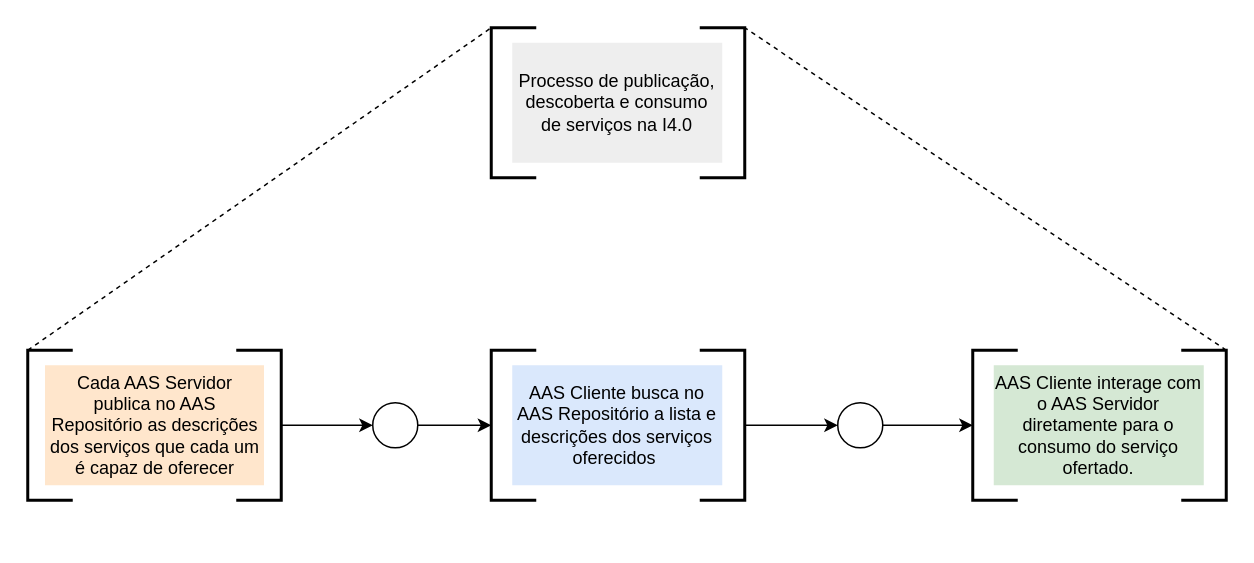
Before: page "pfs-ws" (5 of 16) of imagens/diagramas/diagramas.drawio in hvitoi/i4.0-PLM, a draw.io diagram. Source tidied: cells renumbered, new cells numbered last; positions are measured from the earlier drawing's top-left corner, leaving out a move shared by most shapes. Both pictures are drawn from the tidied source at 150%, with x=0, y=0 at pixel (27, 27).
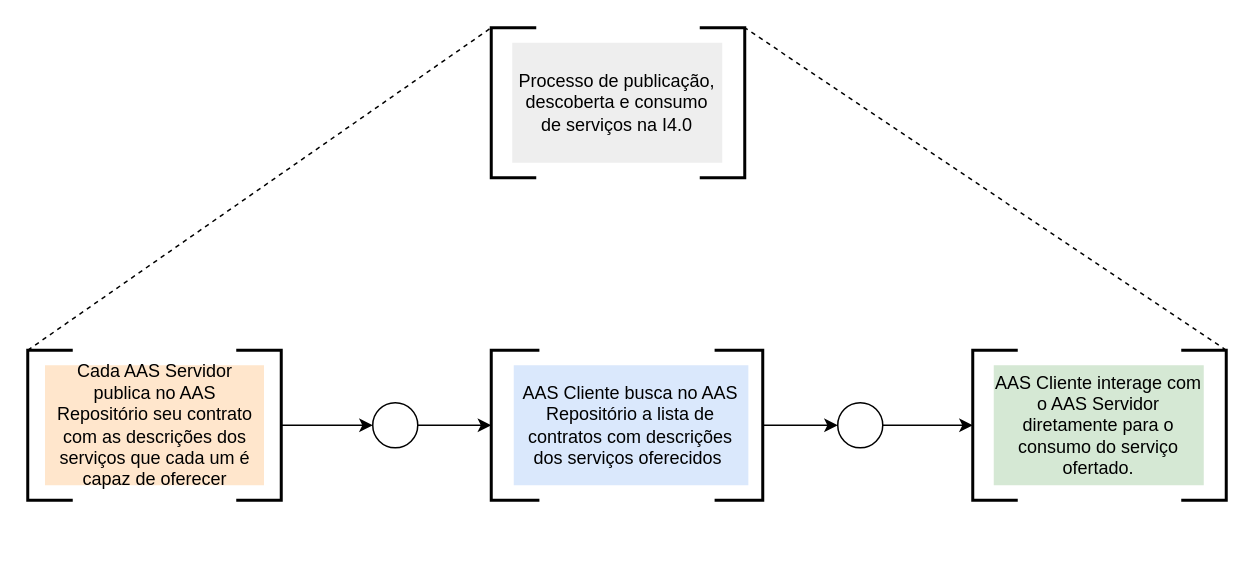
After the change.

The change refers to these unchanged cells:
```xml
<mxCell id="7" style="group;" parent="6" vertex="1">
  <mxGeometry x="-40" y="-25" width="169" height="100" as="geometry" />
</mxCell>
```

Change to the diagram source:
```diff
@@
-    <mxCell id="9" value="Cada AAS Servidor publica no AAS Repositório as descrições dos serviços que cada um é capaz de oferecer" style="rounded=0;whiteSpace=wrap;html=1;fillColor=#ffe6cc;strokeColor=none;" parent="7" vertex="1">
+    <mxCell id="9" value="Cada AAS Servidor publica no AAS Repositório seu contrato com as descrições dos serviços que cada um é capaz de oferecer" style="rounded=0;whiteSpace=wrap;html=1;fillColor=#ffe6cc;strokeColor=none;" parent="7" vertex="1">
       <mxGeometry x="11.5" y="10" width="146" height="80" as="geometry" />
     </mxCell>
@@
     <mxCell id="11" style="group;" parent="1" vertex="1">
-      <mxGeometry x="309" y="215" width="169" height="100" as="geometry" />
+      <mxGeometry x="309" y="215" width="181" height="100" as="geometry" />
     </mxCell>
     <mxCell id="12" style="strokeWidth=2;html=1;shape=mxgraph.flowchart.annotation_1;align=left;" parent="11" vertex="1">
-      <mxGeometry width="30" height="100" as="geometry" />
+      <mxGeometry width="32.1" height="100" as="geometry" />
     </mxCell>
-    <mxCell id="13" value="AAS Cliente busca no AAS Repositório a lista e descrições dos serviços oferecidos&amp;nbsp;" style="rounded=0;whiteSpace=wrap;html=1;fillColor=#dae8fc;strokeColor=none;" parent="11" vertex="1">
-      <mxGeometry x="14" y="10" width="140" height="80" as="geometry" />
+    <mxCell id="13" value="AAS Cliente busca no AAS Repositório a lista de contratos com descrições dos serviços oferecidos&amp;nbsp;" style="rounded=0;whiteSpace=wrap;html=1;fillColor=#dae8fc;strokeColor=none;" parent="11" vertex="1">
+      <mxGeometry x="15" y="10" width="156.4" height="80" as="geometry" />
     </mxCell>
     <mxCell id="14" style="strokeWidth=2;html=1;shape=mxgraph.flowchart.annotation_1;align=left;rotation=-180;" parent="11" vertex="1">
-      <mxGeometry x="139" width="30" height="100" as="geometry" />
+      <mxGeometry x="148.9" width="32.1" height="100" as="geometry" />
     </mxCell>
```
